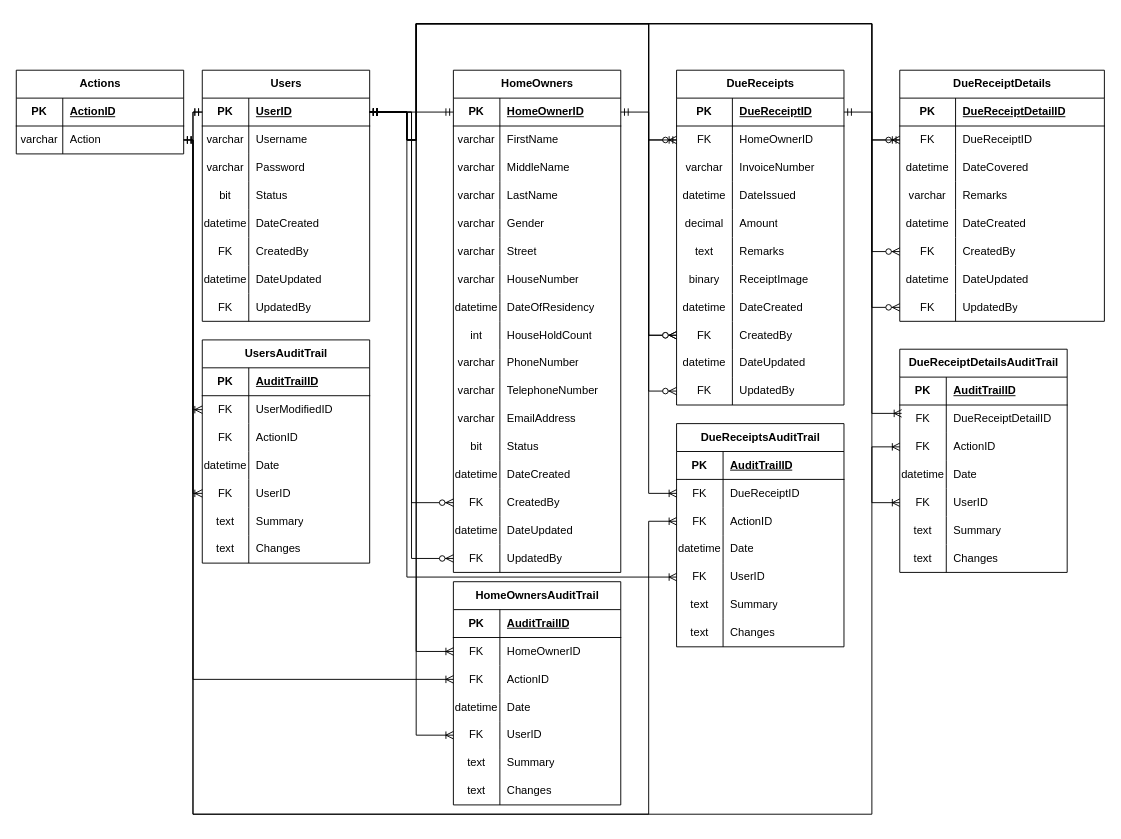
Before: ERD/Favihomas ERD.drawio in tatercodes/Favihomas, a draw.io diagram. Source tidied: cells renumbered, new cells numbered last; positions are measured from the earlier drawing's top-left corner, leaving out a move shared by most shapes. Both pictures are drawn from the tidied source at 93%, with x=0, y=0 at pixel (16, 23).
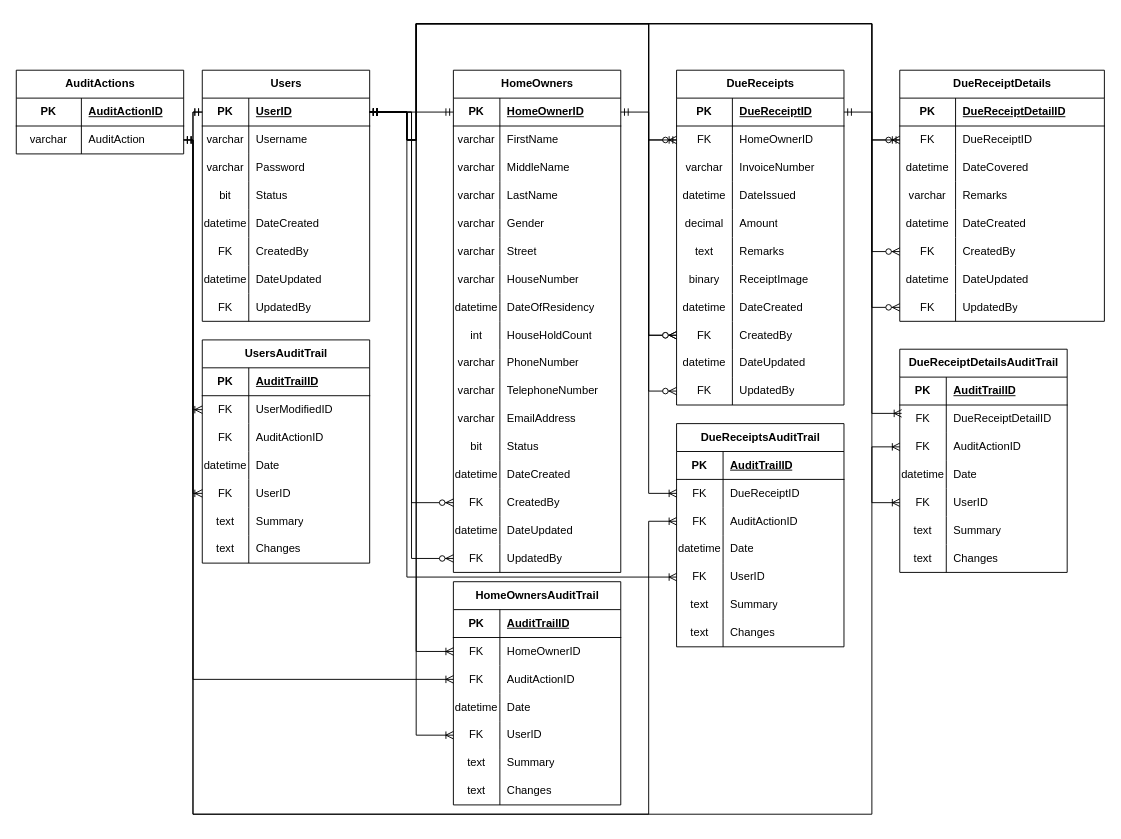
The same diagram, later.

Unchanged cells that the change refers to:
```xml
<mxCell id="154" style="shape=tableRow;horizontal=0;startSize=0;swimlaneHead=0;swimlaneBody=0;fillColor=none;points=[[0,0.5],[1,0.5]];portConstraint=eastwest;top=0;left=0;right=0;bottom=0;" parent="147" vertex="1">
  <mxGeometry y="90" width="180" height="30" as="geometry" />
</mxCell>
<mxCell id="176" style="shape=tableRow;horizontal=0;startSize=0;swimlaneHead=0;swimlaneBody=0;fillColor=none;points=[[0,0.5],[1,0.5]];portConstraint=eastwest;top=0;left=0;right=0;bottom=0;" parent="169" vertex="1">
  <mxGeometry y="90" width="180" height="30" as="geometry" />
</mxCell>
<mxCell id="200" style="shape=tableRow;horizontal=0;startSize=0;swimlaneHead=0;swimlaneBody=0;fillColor=none;points=[[0,0.5],[1,0.5]];portConstraint=eastwest;top=0;left=0;right=0;bottom=0;" parent="193" vertex="1">
  <mxGeometry y="90" width="180" height="30" as="geometry" />
</mxCell>
<mxCell id="217" style="shape=tableRow;horizontal=0;startSize=0;swimlaneHead=0;swimlaneBody=0;fillColor=none;top=0;left=0;right=0;bottom=1;" parent="216" vertex="1">
  <mxGeometry y="30" width="180" height="30" as="geometry" />
</mxCell>
<mxCell id="220" style="shape=tableRow;horizontal=0;startSize=0;swimlaneHead=0;swimlaneBody=0;fillColor=none;points=[[0,0.5],[1,0.5]];portConstraint=eastwest;top=0;left=0;right=0;bottom=0;" parent="216" vertex="1">
  <mxGeometry y="60" width="180" height="30" as="geometry" />
</mxCell>
<mxCell id="233" style="shape=tableRow;horizontal=0;startSize=0;swimlaneHead=0;swimlaneBody=0;fillColor=none;top=0;left=0;right=0;bottom=0;" parent="226" vertex="1">
  <mxGeometry y="90" width="180" height="30" as="geometry" />
</mxCell>
```

Diff of the diagram source:
```diff
@@
-    <mxCell id="156" value="ActionID" style="shape=partialRectangle;fillColor=none;top=0;left=0;bottom=0;right=0;align=left;spacingLeft=6;overflow=hidden;whiteSpace=wrap;html=1;" parent="154" vertex="1">
+    <mxCell id="156" value="AuditActionID" style="shape=partialRectangle;fillColor=none;top=0;left=0;bottom=0;right=0;align=left;spacingLeft=6;overflow=hidden;whiteSpace=wrap;html=1;" parent="154" vertex="1">
       <mxGeometry x="50" width="130" height="30" as="geometry" />
     </mxCell>
@@
-    <mxCell id="178" value="ActionID" style="shape=partialRectangle;fillColor=none;top=0;left=0;bottom=0;right=0;align=left;spacingLeft=6;overflow=hidden;whiteSpace=wrap;html=1;" parent="176" vertex="1">
+    <mxCell id="178" value="AuditActionID" style="shape=partialRectangle;fillColor=none;top=0;left=0;bottom=0;right=0;align=left;spacingLeft=6;overflow=hidden;whiteSpace=wrap;html=1;" parent="176" vertex="1">
       <mxGeometry x="50" width="130" height="30" as="geometry" />
     </mxCell>
@@
-    <mxCell id="202" value="ActionID" style="shape=partialRectangle;fillColor=none;top=0;left=0;bottom=0;right=0;align=left;spacingLeft=6;overflow=hidden;whiteSpace=wrap;html=1;" parent="200" vertex="1">
+    <mxCell id="202" value="AuditActionID" style="shape=partialRectangle;fillColor=none;top=0;left=0;bottom=0;right=0;align=left;spacingLeft=6;overflow=hidden;whiteSpace=wrap;html=1;" parent="200" vertex="1">
       <mxGeometry x="50" width="130" height="30" as="geometry" />
     </mxCell>
@@
-    <mxCell id="216" value="Actions" style="shape=table;startSize=30;childLayout=tableLayout;rowLines=0;fontStyle=1;align=center;html=1;" parent="1" vertex="1">
+    <mxCell id="216" value="AuditActions" style="shape=table;startSize=30;childLayout=tableLayout;rowLines=0;fontStyle=1;align=center;html=1;" parent="1" vertex="1">
       <mxGeometry y="50" width="180" height="90" as="geometry" />
     </mxCell>
@@
     <mxCell id="218" value="PK" style="shape=partialRectangle;fillColor=none;top=0;left=0;bottom=0;right=0;fontStyle=1;overflow=hidden;whiteSpace=wrap;html=1;" parent="217" vertex="1">
-      <mxGeometry width="50" height="30" as="geometry" />
+      <mxGeometry width="70" height="30" as="geometry" />
     </mxCell>
-    <mxCell id="219" value="ActionID" style="shape=partialRectangle;fillColor=none;top=0;left=0;bottom=0;right=0;align=left;spacingLeft=6;fontStyle=5;overflow=hidden;whiteSpace=wrap;html=1;" parent="217" vertex="1">
-      <mxGeometry x="50" width="130" height="30" as="geometry" />
+    <mxCell id="219" value="AuditActionID" style="shape=partialRectangle;fillColor=none;top=0;left=0;bottom=0;right=0;align=left;spacingLeft=6;fontStyle=5;overflow=hidden;whiteSpace=wrap;html=1;" parent="217" vertex="1">
+      <mxGeometry x="70" width="110" height="30" as="geometry" />
     </mxCell>
@@
     <mxCell id="221" value="varchar" style="shape=partialRectangle;fillColor=none;top=0;left=0;bottom=0;right=0;overflow=hidden;whiteSpace=wrap;html=1;" parent="220" vertex="1">
-      <mxGeometry width="50" height="30" as="geometry" />
+      <mxGeometry width="70" height="30" as="geometry" />
     </mxCell>
-    <mxCell id="222" value="Action" style="shape=partialRectangle;fillColor=none;top=0;left=0;bottom=0;right=0;align=left;spacingLeft=6;overflow=hidden;whiteSpace=wrap;html=1;" parent="220" vertex="1">
-      <mxGeometry x="50" width="130" height="30" as="geometry" />
+    <mxCell id="222" value="AuditAction" style="shape=partialRectangle;fillColor=none;top=0;left=0;bottom=0;right=0;align=left;spacingLeft=6;overflow=hidden;whiteSpace=wrap;html=1;" parent="220" vertex="1">
+      <mxGeometry x="70" width="110" height="30" as="geometry" />
     </mxCell>
@@
-    <mxCell id="235" value="ActionID" style="shape=partialRectangle;fillColor=none;top=0;left=0;bottom=0;right=0;align=left;spacingLeft=6;overflow=hidden;whiteSpace=wrap;html=1;" parent="233" vertex="1">
+    <mxCell id="235" value="AuditActionID" style="shape=partialRectangle;fillColor=none;top=0;left=0;bottom=0;right=0;align=left;spacingLeft=6;overflow=hidden;whiteSpace=wrap;html=1;" parent="233" vertex="1">
       <mxGeometry x="50" width="130" height="30" as="geometry" />
     </mxCell>
```
